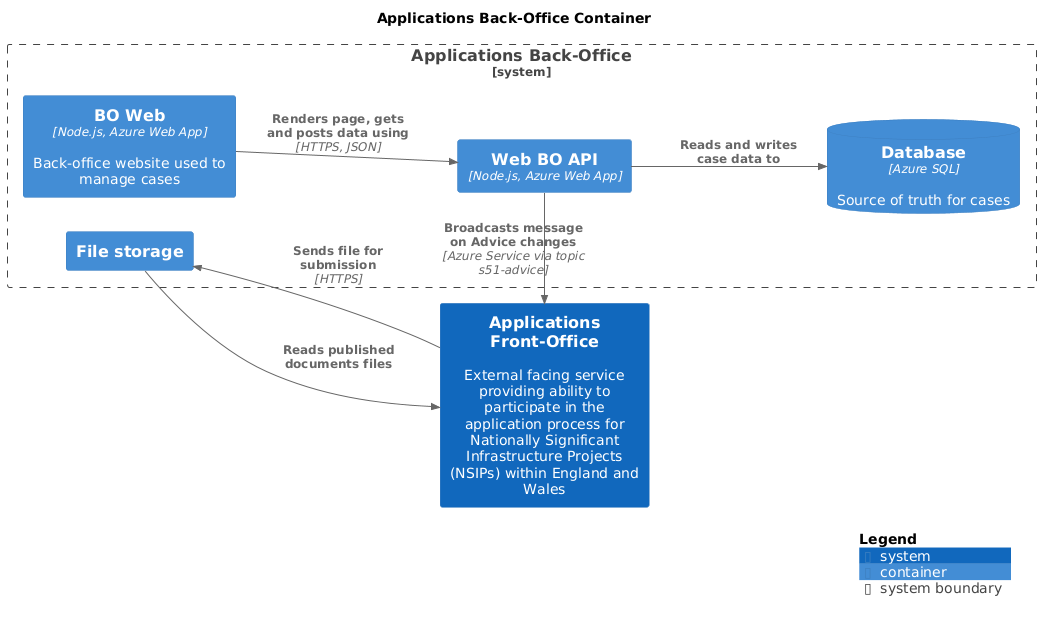
Earlier version of the PlantUML export master/png/ApplicationsBOContainer.png (Planning-Inspectorate/applications-service).
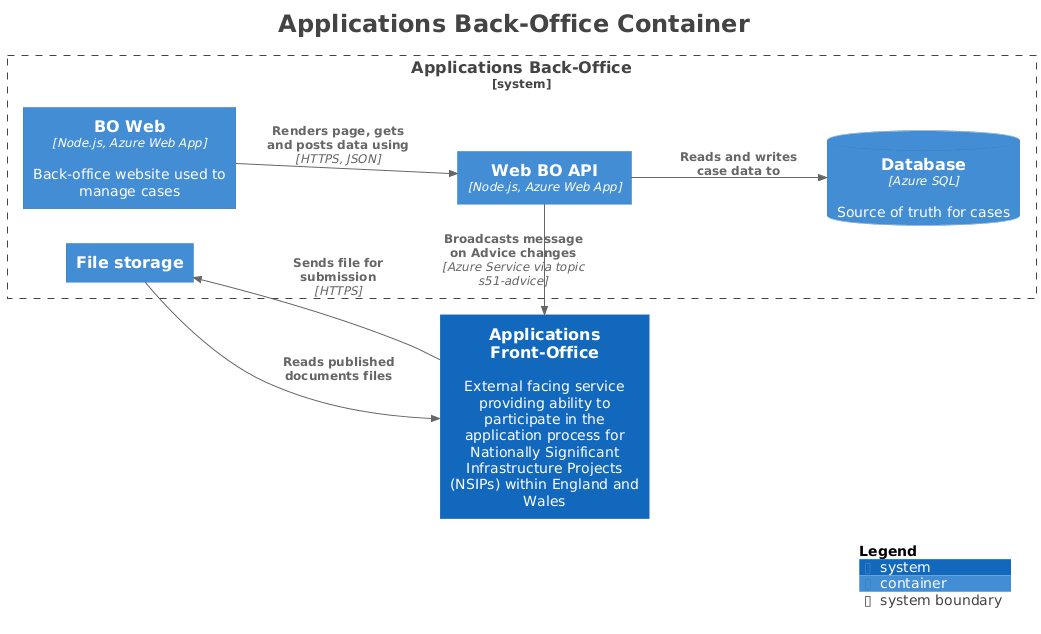
The same diagram one commit later.

Change to the diagram source:
```diff
@@ -1,8 +1,15 @@
 @startuml
+title <size:24>Applications Back-Office Container</size>
+
 set separator none
-title Applications Back-Office Container
+left to right direction
 
-left to right direction
+<style>
+  root {
+    BackgroundColor: #ffffff
+    FontColor: #444444
+  }
+</style>
 
 !include <C4/C4>
 !include <C4/C4_Context>
@@ -24,4 +31,5 @@
 Rel(ApplicationsBackOffice.WebBOAPI, ApplicationsFrontOffice, "Broadcasts message on Advice changes", $techn="Azure Service via topic s51-advice", $tags="", $link="")
 
 SHOW_LEGEND(true)
+hide stereotypes
 @enduml
```
